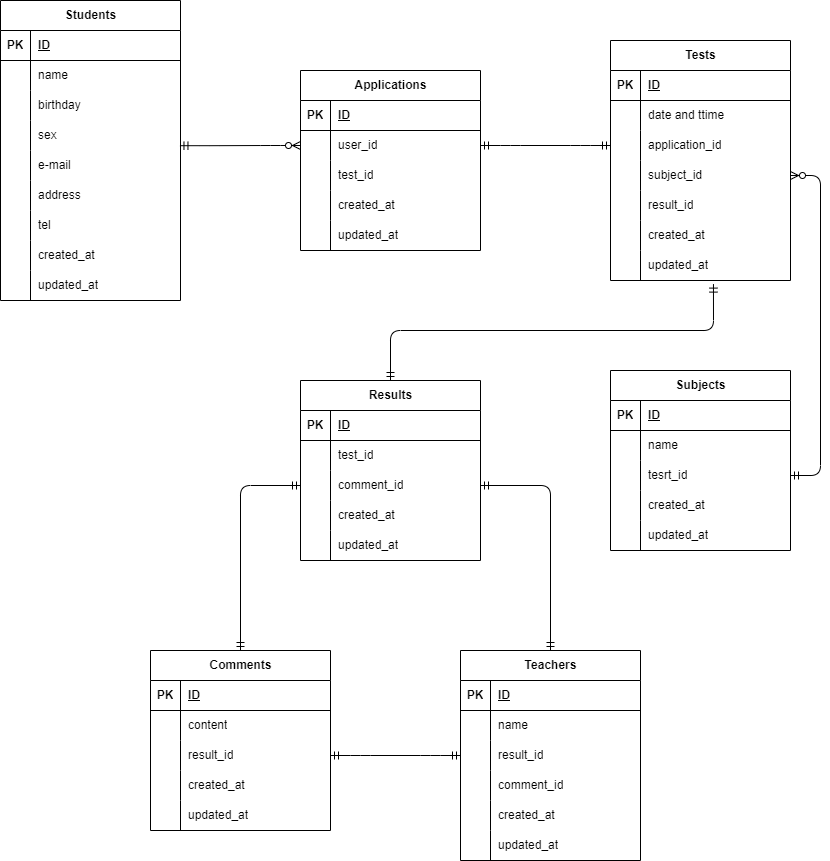
Earlier version of the draw.io export 20221222_takeuchi.drawio.png (Minori-Takeuchi/20221222_takeuchi). Source tidied: cells renumbered, new cells last; positions are measured from the earlier drawing's top-left corner, leaving out a move shared by most shapes.
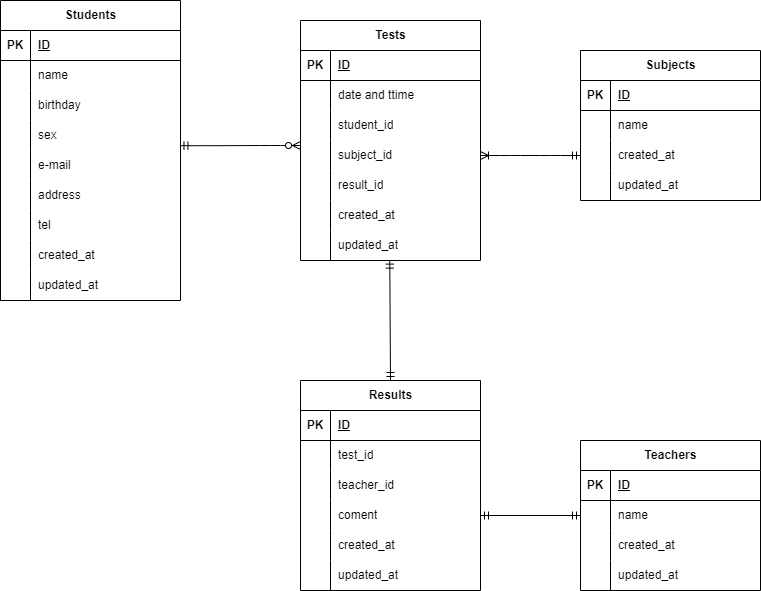
After the commit.

Change to the diagram source:
```diff
@@ -88,52 +88,4 @@
     </mxCell>
-    <mxCell id="30" value="Applications" style="shape=table;startSize=30;rowLines=0;fontStyle=1;align=center;fontFamily=Helvetica;fontSize=12;fontColor=default;strokeColor=default;fillColor=none;html=1;" parent="1" vertex="1">
-      <mxGeometry x="300" y="70" width="180" height="180" as="geometry" />
-    </mxCell>
-    <mxCell id="31" style="shape=partialRectangle;fillColor=none;top=0;left=0;bottom=1;right=0;fontFamily=Helvetica;fontSize=12;fontColor=default;strokeColor=default;html=1;" parent="30" vertex="1">
-      <mxGeometry y="30" width="180" height="30" as="geometry" />
-    </mxCell>
-    <mxCell id="32" value="PK" style="shape=partialRectangle;fillColor=none;top=0;left=0;bottom=0;right=0;fontStyle=1;overflow=hidden;fontFamily=Helvetica;fontSize=12;fontColor=default;strokeColor=default;html=1;" parent="31" vertex="1">
-      <mxGeometry width="30" height="30" as="geometry" />
-    </mxCell>
-    <mxCell id="33" value="ID" style="shape=partialRectangle;fillColor=none;top=0;left=0;bottom=0;right=0;align=left;spacingLeft=6;fontStyle=5;overflow=hidden;fontFamily=Helvetica;fontSize=12;fontColor=default;strokeColor=default;html=1;" parent="31" vertex="1">
-      <mxGeometry x="30" width="150" height="30" as="geometry" />
-    </mxCell>
-    <mxCell id="34" style="shape=partialRectangle;fillColor=none;top=0;left=0;bottom=0;right=0;points=[[0,0.5],[1,0.5]];portConstraint=eastwest;fontFamily=Helvetica;fontSize=12;fontColor=default;strokeColor=default;html=1;" parent="30" vertex="1">
-      <mxGeometry y="60" width="180" height="30" as="geometry" />
-    </mxCell>
-    <mxCell id="35" style="shape=partialRectangle;fillColor=none;top=0;left=0;bottom=0;right=0;overflow=hidden;fontFamily=Helvetica;fontSize=12;fontColor=default;strokeColor=default;html=1;" parent="34" vertex="1">
-      <mxGeometry width="30" height="30" as="geometry" />
-    </mxCell>
-    <mxCell id="36" value="user_id" style="shape=partialRectangle;fillColor=none;top=0;left=0;bottom=0;right=0;align=left;spacingLeft=6;overflow=hidden;fontFamily=Helvetica;fontSize=12;fontColor=default;strokeColor=default;html=1;" parent="34" vertex="1">
-      <mxGeometry x="30" width="150" height="30" as="geometry" />
-    </mxCell>
-    <mxCell id="37" style="shape=partialRectangle;fillColor=none;top=0;left=0;bottom=0;right=0;fontFamily=Helvetica;fontSize=12;fontColor=default;strokeColor=default;html=1;" parent="30" vertex="1">
-      <mxGeometry y="90" width="180" height="30" as="geometry" />
-    </mxCell>
-    <mxCell id="38" style="shape=partialRectangle;fillColor=none;top=0;left=0;bottom=0;right=0;overflow=hidden;fontFamily=Helvetica;fontSize=12;fontColor=default;strokeColor=default;html=1;" parent="37" vertex="1">
-      <mxGeometry width="30" height="30" as="geometry" />
-    </mxCell>
-    <mxCell id="39" value="test_id" style="shape=partialRectangle;fillColor=none;top=0;left=0;bottom=0;right=0;align=left;spacingLeft=6;overflow=hidden;fontFamily=Helvetica;fontSize=12;fontColor=default;strokeColor=default;html=1;" parent="37" vertex="1">
-      <mxGeometry x="30" width="150" height="30" as="geometry" />
-    </mxCell>
-    <mxCell id="40" style="shape=partialRectangle;fillColor=none;top=0;left=0;bottom=0;right=0;fontFamily=Helvetica;fontSize=12;fontColor=default;strokeColor=default;html=1;" parent="30" vertex="1">
-      <mxGeometry y="120" width="180" height="30" as="geometry" />
-    </mxCell>
-    <mxCell id="41" style="shape=partialRectangle;fillColor=none;top=0;left=0;bottom=0;right=0;overflow=hidden;fontFamily=Helvetica;fontSize=12;fontColor=default;strokeColor=default;html=1;" parent="40" vertex="1">
-      <mxGeometry width="30" height="30" as="geometry" />
-    </mxCell>
-    <mxCell id="42" value="created_at" style="shape=partialRectangle;fillColor=none;top=0;left=0;bottom=0;right=0;align=left;spacingLeft=6;overflow=hidden;fontFamily=Helvetica;fontSize=12;fontColor=default;strokeColor=default;html=1;" parent="40" vertex="1">
-      <mxGeometry x="30" width="150" height="30" as="geometry" />
-    </mxCell>
-    <mxCell id="43" style="shape=partialRectangle;fillColor=none;top=0;left=0;bottom=0;right=0;fontFamily=Helvetica;fontSize=12;fontColor=default;strokeColor=default;html=1;" parent="30" vertex="1">
-      <mxGeometry y="150" width="180" height="30" as="geometry" />
-    </mxCell>
-    <mxCell id="44" style="shape=partialRectangle;fillColor=none;top=0;left=0;bottom=0;right=0;overflow=hidden;fontFamily=Helvetica;fontSize=12;fontColor=default;strokeColor=default;html=1;" parent="43" vertex="1">
-      <mxGeometry width="30" height="30" as="geometry" />
-    </mxCell>
-    <mxCell id="45" value="updated_at" style="shape=partialRectangle;fillColor=none;top=0;left=0;bottom=0;right=0;align=left;spacingLeft=6;overflow=hidden;fontFamily=Helvetica;fontSize=12;fontColor=default;strokeColor=default;html=1;" parent="43" vertex="1">
-      <mxGeometry x="30" width="150" height="30" as="geometry" />
-    </mxCell>
     <mxCell id="46" value="Tests" style="shape=table;startSize=30;rowLines=0;fontStyle=1;align=center;fontFamily=Helvetica;fontSize=12;fontColor=default;strokeColor=default;fillColor=none;html=1;" parent="1" vertex="1">
-      <mxGeometry x="610" y="40" width="180" height="240" as="geometry" />
+      <mxGeometry x="300" y="20" width="180" height="240" as="geometry" />
     </mxCell>
@@ -163,3 +115,3 @@
     </mxCell>
-    <mxCell id="55" value="application_id" style="shape=partialRectangle;fillColor=none;top=0;left=0;bottom=0;right=0;align=left;spacingLeft=6;overflow=hidden;fontFamily=Helvetica;fontSize=12;fontColor=default;strokeColor=default;html=1;" parent="53" vertex="1">
+    <mxCell id="55" value="student_id" style="shape=partialRectangle;fillColor=none;top=0;left=0;bottom=0;right=0;align=left;spacingLeft=6;overflow=hidden;fontFamily=Helvetica;fontSize=12;fontColor=default;strokeColor=default;html=1;" parent="53" vertex="1">
       <mxGeometry x="30" width="150" height="30" as="geometry" />
@@ -203,3 +155,3 @@
     <mxCell id="68" value="Subjects" style="shape=table;startSize=30;rowLines=0;fontStyle=1;align=center;fontFamily=Helvetica;fontSize=12;fontColor=default;strokeColor=default;fillColor=none;html=1;" parent="1" vertex="1">
-      <mxGeometry x="610" y="370" width="180" height="180" as="geometry" />
+      <mxGeometry x="580" y="50" width="180" height="150" as="geometry" />
     </mxCell>
@@ -223,13 +175,4 @@
     </mxCell>
-    <mxCell id="75" style="shape=partialRectangle;fillColor=none;top=0;left=0;bottom=0;right=0;points=[[0,0.5],[1,0.5]];portConstraint=eastwest;fontFamily=Helvetica;fontSize=12;fontColor=default;strokeColor=default;html=1;" parent="68" vertex="1">
-      <mxGeometry y="90" width="180" height="30" as="geometry" />
-    </mxCell>
-    <mxCell id="76" style="shape=partialRectangle;fillColor=none;top=0;left=0;bottom=0;right=0;overflow=hidden;fontFamily=Helvetica;fontSize=12;fontColor=default;strokeColor=default;html=1;" parent="75" vertex="1">
-      <mxGeometry width="30" height="30" as="geometry" />
-    </mxCell>
-    <mxCell id="77" value="tesrt_id" style="shape=partialRectangle;fillColor=none;top=0;left=0;bottom=0;right=0;align=left;spacingLeft=6;overflow=hidden;fontFamily=Helvetica;fontSize=12;fontColor=default;strokeColor=default;html=1;" parent="75" vertex="1">
-      <mxGeometry x="30" width="150" height="30" as="geometry" />
-    </mxCell>
     <mxCell id="78" style="shape=partialRectangle;fillColor=none;top=0;left=0;bottom=0;right=0;points=[[0,0.5],[1,0.5]];portConstraint=eastwest;fontFamily=Helvetica;fontSize=12;fontColor=default;strokeColor=default;html=1;" parent="68" vertex="1">
-      <mxGeometry y="120" width="180" height="30" as="geometry" />
+      <mxGeometry y="90" width="180" height="30" as="geometry" />
     </mxCell>
@@ -242,3 +185,3 @@
     <mxCell id="81" style="shape=partialRectangle;fillColor=none;top=0;left=0;bottom=0;right=0;fontFamily=Helvetica;fontSize=12;fontColor=default;strokeColor=default;html=1;" parent="68" vertex="1">
-      <mxGeometry y="150" width="180" height="30" as="geometry" />
+      <mxGeometry y="120" width="180" height="30" as="geometry" />
     </mxCell>
@@ -251,3 +194,3 @@
     <mxCell id="84" value="Results" style="shape=table;startSize=30;rowLines=0;fontStyle=1;align=center;fontFamily=Helvetica;fontSize=12;fontColor=default;strokeColor=default;fillColor=none;html=1;" parent="1" vertex="1">
-      <mxGeometry x="300" y="380" width="180" height="180" as="geometry" />
+      <mxGeometry x="300" y="380" width="180" height="210" as="geometry" />
     </mxCell>
@@ -271,4 +214,13 @@
     </mxCell>
+    <mxCell id="142" style="shape=partialRectangle;fillColor=none;top=0;left=0;bottom=0;right=0;fontFamily=Helvetica;fontSize=12;fontColor=default;strokeColor=default;html=1;" parent="84" vertex="1">
+      <mxGeometry y="90" width="180" height="30" as="geometry" />
+    </mxCell>
+    <mxCell id="143" style="shape=partialRectangle;fillColor=none;top=0;left=0;bottom=0;right=0;overflow=hidden;fontFamily=Helvetica;fontSize=12;fontColor=default;strokeColor=default;html=1;" parent="142" vertex="1">
+      <mxGeometry width="30" height="30" as="geometry" />
+    </mxCell>
+    <mxCell id="144" value="teacher_id" style="shape=partialRectangle;fillColor=none;top=0;left=0;bottom=0;right=0;align=left;spacingLeft=6;overflow=hidden;fontFamily=Helvetica;fontSize=12;fontColor=default;strokeColor=default;html=1;" parent="142" vertex="1">
+      <mxGeometry x="30" width="150" height="30" as="geometry" />
+    </mxCell>
     <mxCell id="91" style="shape=partialRectangle;fillColor=none;top=0;left=0;bottom=0;right=0;points=[[0,0.5],[1,0.5]];portConstraint=eastwest;fontFamily=Helvetica;fontSize=12;fontColor=default;strokeColor=default;html=1;" parent="84" vertex="1">
-      <mxGeometry y="90" width="180" height="30" as="geometry" />
+      <mxGeometry y="120" width="180" height="30" as="geometry" />
     </mxCell>
@@ -277,3 +229,3 @@
     </mxCell>
-    <mxCell id="93" value="comment_id" style="shape=partialRectangle;fillColor=none;top=0;left=0;bottom=0;right=0;align=left;spacingLeft=6;overflow=hidden;fontFamily=Helvetica;fontSize=12;fontColor=default;strokeColor=default;html=1;" parent="91" vertex="1">
+    <mxCell id="93" value="coment" style="shape=partialRectangle;fillColor=none;top=0;left=0;bottom=0;right=0;align=left;spacingLeft=6;overflow=hidden;fontFamily=Helvetica;fontSize=12;fontColor=default;strokeColor=default;html=1;" parent="91" vertex="1">
       <mxGeometry x="30" width="150" height="30" as="geometry" />
@@ -281,3 +233,3 @@
     <mxCell id="94" style="shape=partialRectangle;fillColor=none;top=0;left=0;bottom=0;right=0;fontFamily=Helvetica;fontSize=12;fontColor=default;strokeColor=default;html=1;" parent="84" vertex="1">
-      <mxGeometry y="120" width="180" height="30" as="geometry" />
+      <mxGeometry y="150" width="180" height="30" as="geometry" />
     </mxCell>
@@ -290,3 +242,3 @@
     <mxCell id="97" style="shape=partialRectangle;fillColor=none;top=0;left=0;bottom=0;right=0;fontFamily=Helvetica;fontSize=12;fontColor=default;strokeColor=default;html=1;" parent="84" vertex="1">
-      <mxGeometry y="150" width="180" height="30" as="geometry" />
+      <mxGeometry y="180" width="180" height="30" as="geometry" />
     </mxCell>
@@ -299,3 +251,3 @@
     <mxCell id="100" value="Teachers" style="shape=table;startSize=30;rowLines=0;fontStyle=1;align=center;fontFamily=Helvetica;fontSize=12;fontColor=default;strokeColor=default;fillColor=none;html=1;" parent="1" vertex="1">
-      <mxGeometry x="460" y="650" width="180" height="210" as="geometry" />
+      <mxGeometry x="580" y="440" width="180" height="150" as="geometry" />
     </mxCell>
@@ -319,22 +271,4 @@
     </mxCell>
-    <mxCell id="107" style="shape=partialRectangle;fillColor=none;top=0;left=0;bottom=0;right=0;points=[[0,0.5],[1,0.5]];portConstraint=eastwest;fontFamily=Helvetica;fontSize=12;fontColor=default;strokeColor=default;html=1;" parent="100" vertex="1">
-      <mxGeometry y="90" width="180" height="30" as="geometry" />
-    </mxCell>
-    <mxCell id="108" style="shape=partialRectangle;fillColor=none;top=0;left=0;bottom=0;right=0;overflow=hidden;fontFamily=Helvetica;fontSize=12;fontColor=default;strokeColor=default;html=1;" parent="107" vertex="1">
-      <mxGeometry width="30" height="30" as="geometry" />
-    </mxCell>
-    <mxCell id="109" value="result_id" style="shape=partialRectangle;fillColor=none;top=0;left=0;bottom=0;right=0;align=left;spacingLeft=6;overflow=hidden;fontFamily=Helvetica;fontSize=12;fontColor=default;strokeColor=default;html=1;" parent="107" vertex="1">
-      <mxGeometry x="30" width="150" height="30" as="geometry" />
-    </mxCell>
-    <mxCell id="110" style="shape=partialRectangle;fillColor=none;top=0;left=0;bottom=0;right=0;fontFamily=Helvetica;fontSize=12;fontColor=default;strokeColor=default;html=1;" parent="100" vertex="1">
-      <mxGeometry y="120" width="180" height="30" as="geometry" />
-    </mxCell>
-    <mxCell id="111" style="shape=partialRectangle;fillColor=none;top=0;left=0;bottom=0;right=0;overflow=hidden;fontFamily=Helvetica;fontSize=12;fontColor=default;strokeColor=default;html=1;" parent="110" vertex="1">
-      <mxGeometry width="30" height="30" as="geometry" />
-    </mxCell>
-    <mxCell id="112" value="comment_id" style="shape=partialRectangle;fillColor=none;top=0;left=0;bottom=0;right=0;align=left;spacingLeft=6;overflow=hidden;fontFamily=Helvetica;fontSize=12;fontColor=default;strokeColor=default;html=1;" parent="110" vertex="1">
-      <mxGeometry x="30" width="150" height="30" as="geometry" />
-    </mxCell>
     <mxCell id="113" style="shape=partialRectangle;fillColor=none;top=0;left=0;bottom=0;right=0;fontFamily=Helvetica;fontSize=12;fontColor=default;strokeColor=default;html=1;" parent="100" vertex="1">
-      <mxGeometry y="150" width="180" height="30" as="geometry" />
+      <mxGeometry y="90" width="180" height="30" as="geometry" />
     </mxCell>
@@ -347,3 +281,3 @@
     <mxCell id="116" style="shape=partialRectangle;fillColor=none;top=0;left=0;bottom=0;right=0;fontFamily=Helvetica;fontSize=12;fontColor=default;strokeColor=default;html=1;" parent="100" vertex="1">
-      <mxGeometry y="180" width="180" height="30" as="geometry" />
+      <mxGeometry y="120" width="180" height="30" as="geometry" />
     </mxCell>
@@ -355,76 +289,16 @@
     </mxCell>
-    <mxCell id="119" value="Comments" style="shape=table;startSize=30;rowLines=0;fontStyle=1;align=center;fontFamily=Helvetica;fontSize=12;fontColor=default;strokeColor=default;fillColor=none;html=1;" parent="1" vertex="1">
-      <mxGeometry x="150" y="650" width="180" height="180" as="geometry" />
-    </mxCell>
-    <mxCell id="120" style="shape=partialRectangle;fillColor=none;top=0;left=0;bottom=1;right=0;fontFamily=Helvetica;fontSize=12;fontColor=default;strokeColor=default;html=1;" parent="119" vertex="1">
-      <mxGeometry y="30" width="180" height="30" as="geometry" />
-    </mxCell>
-    <mxCell id="121" value="PK" style="shape=partialRectangle;fillColor=none;top=0;left=0;bottom=0;right=0;fontStyle=1;overflow=hidden;fontFamily=Helvetica;fontSize=12;fontColor=default;strokeColor=default;html=1;" parent="120" vertex="1">
-      <mxGeometry width="30" height="30" as="geometry" />
-    </mxCell>
-    <mxCell id="122" value="ID" style="shape=partialRectangle;fillColor=none;top=0;left=0;bottom=0;right=0;align=left;spacingLeft=6;fontStyle=5;overflow=hidden;fontFamily=Helvetica;fontSize=12;fontColor=default;strokeColor=default;html=1;" parent="120" vertex="1">
-      <mxGeometry x="30" width="150" height="30" as="geometry" />
-    </mxCell>
-    <mxCell id="123" style="shape=partialRectangle;fillColor=none;top=0;left=0;bottom=0;right=0;fontFamily=Helvetica;fontSize=12;fontColor=default;strokeColor=default;html=1;" parent="119" vertex="1">
-      <mxGeometry y="60" width="180" height="30" as="geometry" />
-    </mxCell>
-    <mxCell id="124" style="shape=partialRectangle;fillColor=none;top=0;left=0;bottom=0;right=0;overflow=hidden;fontFamily=Helvetica;fontSize=12;fontColor=default;strokeColor=default;html=1;" parent="123" vertex="1">
-      <mxGeometry width="30" height="30" as="geometry" />
-    </mxCell>
-    <mxCell id="125" value="content" style="shape=partialRectangle;fillColor=none;top=0;left=0;bottom=0;right=0;align=left;spacingLeft=6;overflow=hidden;fontFamily=Helvetica;fontSize=12;fontColor=default;strokeColor=default;html=1;" parent="123" vertex="1">
-      <mxGeometry x="30" width="150" height="30" as="geometry" />
-    </mxCell>
-    <mxCell id="126" style="shape=partialRectangle;fillColor=none;top=0;left=0;bottom=0;right=0;points=[[0,0.5],[1,0.5]];portConstraint=eastwest;fontFamily=Helvetica;fontSize=12;fontColor=default;strokeColor=default;html=1;" parent="119" vertex="1">
-      <mxGeometry y="90" width="180" height="30" as="geometry" />
-    </mxCell>
-    <mxCell id="127" style="shape=partialRectangle;fillColor=none;top=0;left=0;bottom=0;right=0;overflow=hidden;fontFamily=Helvetica;fontSize=12;fontColor=default;strokeColor=default;html=1;" parent="126" vertex="1">
-      <mxGeometry width="30" height="30" as="geometry" />
-    </mxCell>
-    <mxCell id="128" value="result_id" style="shape=partialRectangle;fillColor=none;top=0;left=0;bottom=0;right=0;align=left;spacingLeft=6;overflow=hidden;fontFamily=Helvetica;fontSize=12;fontColor=default;strokeColor=default;html=1;" parent="126" vertex="1">
-      <mxGeometry x="30" width="150" height="30" as="geometry" />
-    </mxCell>
-    <mxCell id="129" style="shape=partialRectangle;fillColor=none;top=0;left=0;bottom=0;right=0;fontFamily=Helvetica;fontSize=12;fontColor=default;strokeColor=default;html=1;" parent="119" vertex="1">
-      <mxGeometry y="120" width="180" height="30" as="geometry" />
-    </mxCell>
-    <mxCell id="130" style="shape=partialRectangle;fillColor=none;top=0;left=0;bottom=0;right=0;overflow=hidden;fontFamily=Helvetica;fontSize=12;fontColor=default;strokeColor=default;html=1;" parent="129" vertex="1">
-      <mxGeometry width="30" height="30" as="geometry" />
-    </mxCell>
-    <mxCell id="131" value="created_at" style="shape=partialRectangle;fillColor=none;top=0;left=0;bottom=0;right=0;align=left;spacingLeft=6;overflow=hidden;fontFamily=Helvetica;fontSize=12;fontColor=default;strokeColor=default;html=1;" parent="129" vertex="1">
-      <mxGeometry x="30" width="150" height="30" as="geometry" />
-    </mxCell>
-    <mxCell id="132" style="shape=partialRectangle;fillColor=none;top=0;left=0;bottom=0;right=0;fontFamily=Helvetica;fontSize=12;fontColor=default;strokeColor=default;html=1;" parent="119" vertex="1">
-      <mxGeometry y="150" width="180" height="30" as="geometry" />
-    </mxCell>
-    <mxCell id="133" style="shape=partialRectangle;fillColor=none;top=0;left=0;bottom=0;right=0;overflow=hidden;fontFamily=Helvetica;fontSize=12;fontColor=default;strokeColor=default;html=1;" parent="132" vertex="1">
-      <mxGeometry width="30" height="30" as="geometry" />
-    </mxCell>
-    <mxCell id="134" value="updated_at" style="shape=partialRectangle;fillColor=none;top=0;left=0;bottom=0;right=0;align=left;spacingLeft=6;overflow=hidden;fontFamily=Helvetica;fontSize=12;fontColor=default;strokeColor=default;html=1;" parent="132" vertex="1">
-      <mxGeometry x="30" width="150" height="30" as="geometry" />
-    </mxCell>
-    <mxCell id="135" style="edgeStyle=entityRelationEdgeStyle;fontSize=12;html=1;endArrow=ERzeroToMany;startArrow=ERmandOne;exitX=0.997;exitY=-0.16;exitDx=0;exitDy=0;entryX=0;entryY=0.5;entryDx=0;entryDy=0;exitPerimeter=0;" parent="1" edge="1" source="15" target="34">
-      <mxGeometry relative="1" as="geometry" />
+    <mxCell id="135" style="edgeStyle=entityRelationEdgeStyle;fontSize=12;html=1;endArrow=ERzeroToMany;startArrow=ERmandOne;exitX=0.997;exitY=-0.16;exitDx=0;exitDy=0;entryX=0;entryY=0.5;entryDx=0;entryDy=0;exitPerimeter=0;" parent="1" edge="1" source="15">
+      <mxGeometry relative="1" as="geometry">
+        <mxPoint x="300" y="145" as="targetPoint" />
+      </mxGeometry>
     </mxCell>
-    <mxCell id="136" style="edgeStyle=entityRelationEdgeStyle;fontSize=12;html=1;endArrow=ERmandOne;startArrow=ERmandOne;entryX=0;entryY=0.5;entryDx=0;entryDy=0;exitX=1;exitY=0.5;exitDx=0;exitDy=0;" parent="1" edge="1" source="34" target="53">
-      <mxGeometry relative="1" as="geometry" />
-    </mxCell>
-    <mxCell id="137" style="edgeStyle=entityRelationEdgeStyle;fontSize=12;html=1;endArrow=ERzeroToMany;startArrow=ERmandOne;entryX=1;entryY=0.5;entryDx=0;entryDy=0;exitX=1;exitY=0.5;exitDx=0;exitDy=0;" parent="1" edge="1" source="75" target="56">
-      <mxGeometry relative="1" as="geometry" />
-    </mxCell>
+    <mxCell id="141" style="fontSize=12;html=1;endArrow=ERmandOne;startArrow=ERmandOne;entryX=1;entryY=0.5;entryDx=0;entryDy=0;exitX=0;exitY=0.5;exitDx=0;exitDy=0;" parent="1" edge="1" source="104" target="91">
+      <mxGeometry relative="1" as="geometry" />
+    </mxCell>
-    <mxCell id="138" style="edgeStyle=orthogonalEdgeStyle;fontSize=12;html=1;endArrow=ERmandOne;startArrow=ERmandOne;exitX=0.5;exitY=0;exitDx=0;exitDy=0;entryX=0.572;entryY=1.12;entryDx=0;entryDy=0;entryPerimeter=0;" parent="1" edge="1" source="84" target="65">
-      <mxGeometry relative="1" as="geometry">
-        <Array as="points">
-          <mxPoint x="390" y="330" />
-          <mxPoint x="713" y="330" />
-        </Array>
-      </mxGeometry>
+    <mxCell id="138" style="fontSize=12;html=1;endArrow=ERmandOne;startArrow=ERmandOne;exitX=0.5;exitY=0;exitDx=0;exitDy=0;entryX=0.496;entryY=0.987;entryDx=0;entryDy=0;entryPerimeter=0;" parent="1" edge="1" source="84" target="65">
+      <mxGeometry relative="1" as="geometry" />
     </mxCell>
-    <mxCell id="139" style="edgeStyle=orthogonalEdgeStyle;fontSize=12;html=1;endArrow=ERmandOne;startArrow=ERmandOne;exitX=0.5;exitY=0;exitDx=0;exitDy=0;entryX=0;entryY=0.5;entryDx=0;entryDy=0;" parent="1" edge="1" source="119" target="91">
-      <mxGeometry relative="1" as="geometry" />
-    </mxCell>
-    <mxCell id="140" style="edgeStyle=entityRelationEdgeStyle;fontSize=12;html=1;endArrow=ERmandOne;startArrow=ERmandOne;exitX=1;exitY=0.5;exitDx=0;exitDy=0;entryX=0;entryY=0.5;entryDx=0;entryDy=0;" parent="1" edge="1" source="126" target="107">
-      <mxGeometry relative="1" as="geometry" />
-    </mxCell>
-    <mxCell id="141" style="edgeStyle=orthogonalEdgeStyle;fontSize=12;html=1;endArrow=ERmandOne;startArrow=ERmandOne;entryX=1;entryY=0.5;entryDx=0;entryDy=0;exitX=0.5;exitY=0;exitDx=0;exitDy=0;" parent="1" edge="1" source="100" target="91">
-      <mxGeometry relative="1" as="geometry" />
-    </mxCell>
+    <mxCell id="145" style="edgeStyle=entityRelationEdgeStyle;fontSize=12;html=1;endArrow=ERoneToMany;startArrow=ERmandOne;exitX=0;exitY=0.5;exitDx=0;exitDy=0;entryX=1;entryY=0.5;entryDx=0;entryDy=0;" parent="1" edge="1" source="78" target="56">
+      <mxGeometry relative="1" as="geometry" />
+    </mxCell>
   </root>
```
